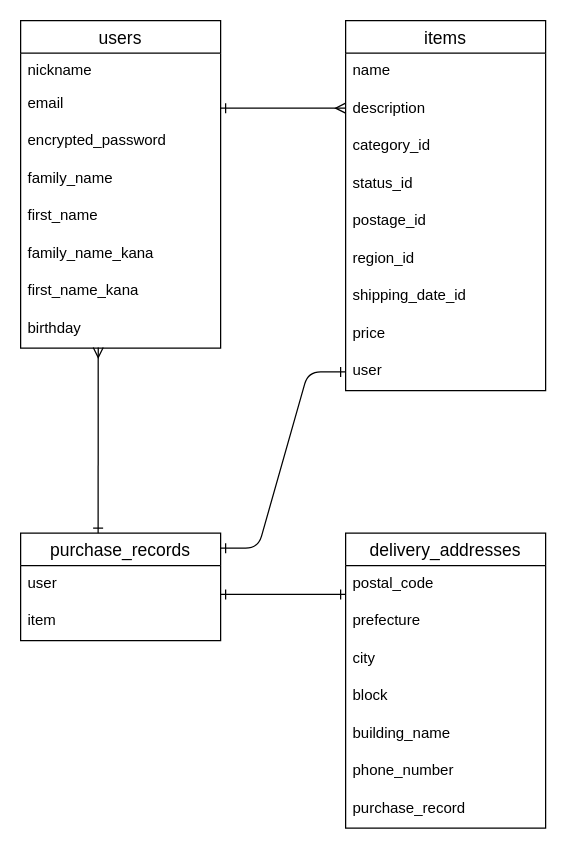
miho-hoi/furima-39940 keeps this draw.io diagram as furima.dio. Above is the earlier version. Source tidied: cells renumbered, new cells numbered last; positions are measured from the earlier drawing's top-left corner, leaving out a move shared by most shapes. Both pictures are drawn from the tidied source at 125%, with x=0, y=0 at pixel (20, 20).
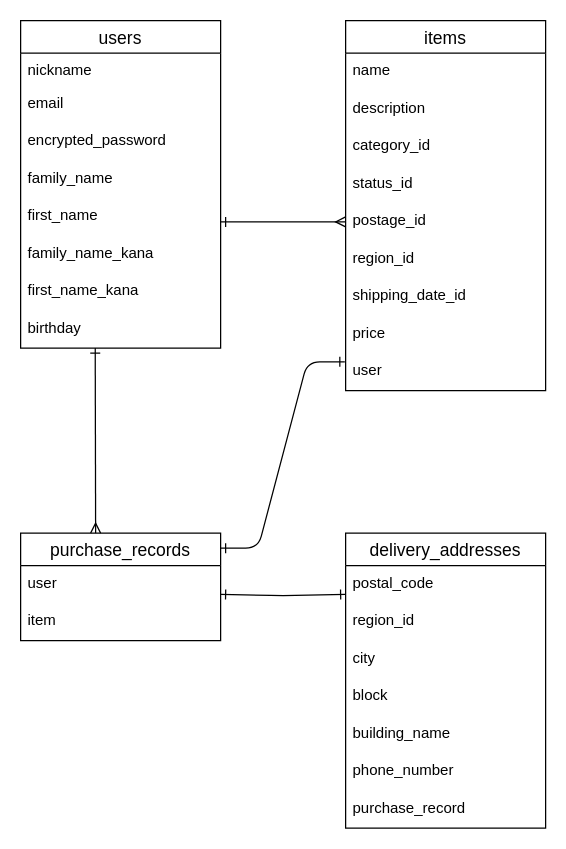
The same diagram, later.

Commit message (it also covers changes not shown here):
データーベース設計の再修正

Unchanged cells that the change refers to:
```xml
<mxCell id="10" value="birthday" style="text;strokeColor=none;fillColor=none;spacingLeft=4;spacingRight=4;overflow=hidden;points=[[0,0.5],[1,0.5]];portConstraint=eastwest;fontSize=12;" parent="2" vertex="1">
  <mxGeometry y="232" width="160" height="30" as="geometry" />
</mxCell>
<mxCell id="16" value="postage_id" style="text;strokeColor=none;fillColor=none;spacingLeft=4;spacingRight=4;overflow=hidden;points=[[0,0.5],[1,0.5]];portConstraint=eastwest;fontSize=12;" parent="11" vertex="1">
  <mxGeometry y="146" width="160" height="30" as="geometry" />
</mxCell>
<mxCell id="20" value="user" style="text;strokeColor=none;fillColor=none;spacingLeft=4;spacingRight=4;overflow=hidden;points=[[0,0.5],[1,0.5]];portConstraint=eastwest;fontSize=12;" parent="11" vertex="1">
  <mxGeometry y="266" width="160" height="30" as="geometry" />
</mxCell>
<mxCell id="22" value="user" style="text;strokeColor=none;fillColor=none;spacingLeft=4;spacingRight=4;overflow=hidden;points=[[0,0.5],[1,0.5]];portConstraint=eastwest;fontSize=12;" parent="21" vertex="1">
  <mxGeometry y="26" width="160" height="30" as="geometry" />
</mxCell>
<mxCell id="24" value="delivery_addresses" style="swimlane;fontStyle=0;horizontal=1;startSize=26;align=center;fontSize=14;" parent="1" vertex="1">
  <mxGeometry x="260" y="410" width="160" height="236" as="geometry" />
</mxCell>
```

Change to the diagram source:
```diff
@@
-    <mxCell id="26" value="prefecture" style="text;strokeColor=none;fillColor=none;spacingLeft=4;spacingRight=4;overflow=hidden;fontSize=12;" parent="24" vertex="1">
+    <mxCell id="26" value="region_id" style="text;strokeColor=none;fillColor=none;spacingLeft=4;spacingRight=4;overflow=hidden;fontSize=12;" parent="24" vertex="1">
       <mxGeometry y="56" width="160" height="30" as="geometry" />
     </mxCell>
@@
-    <mxCell id="32" style="edgeStyle=none;orthogonalLoop=1;jettySize=auto;html=1;endArrow=ERmany;endFill=0;startArrow=ERone;startFill=0;" parent="1" edge="1">
-      <mxGeometry relative="1" as="geometry">
-        <mxPoint x="160" y="70" as="sourcePoint" />
-        <mxPoint x="260" y="70" as="targetPoint" />
-      </mxGeometry>
-    </mxCell>
     <mxCell id="33" style="edgeStyle=none;jettySize=auto;html=1;startArrow=ERone;startFill=0;endArrow=ERone;endFill=0;exitX=1;exitY=0.767;exitDx=0;exitDy=0;exitPerimeter=0;" parent="1" edge="1" source="22">
       <mxGeometry relative="1" as="geometry">
         <mxPoint x="260" y="459" as="targetPoint" />
+        <Array as="points">
+          <mxPoint x="210" y="460" />
+        </Array>
       </mxGeometry>
     </mxCell>
-    <mxCell id="34" style="edgeStyle=entityRelationEdgeStyle;fontSize=12;html=1;endArrow=ERone;endFill=1;startArrow=ERone;startFill=0;entryX=0;entryY=0.5;entryDx=0;entryDy=0;" parent="1" edge="1" target="20">
+    <mxCell id="34" style="edgeStyle=entityRelationEdgeStyle;fontSize=12;html=1;endArrow=ERone;endFill=1;startArrow=ERone;startFill=0;entryX=-0.004;entryY=0.233;entryDx=0;entryDy=0;entryPerimeter=0;" parent="1" edge="1" target="20">
       <mxGeometry relative="1" as="geometry">
         <mxPoint x="160" y="422" as="sourcePoint" />
       </mxGeometry>
     </mxCell>
-    <mxCell id="35" style="edgeStyle=none;jettySize=auto;html=1;startArrow=ERone;startFill=0;endArrow=ERmany;endFill=0;entryX=0.388;entryY=0.983;entryDx=0;entryDy=0;entryPerimeter=0;" parent="1" edge="1" target="10">
+    <mxCell id="35" style="edgeStyle=none;jettySize=auto;html=1;startArrow=ERone;startFill=0;endArrow=ERmany;endFill=0;exitX=0.373;exitY=1;exitDx=0;exitDy=0;exitPerimeter=0;" parent="1" edge="1" source="10">
       <mxGeometry relative="1" as="geometry">
-        <mxPoint x="62" y="410" as="sourcePoint" />
+        <mxPoint x="60" y="410" as="targetPoint" />
       </mxGeometry>
     </mxCell>
+    <mxCell id="36" style="edgeStyle=none;html=1;entryX=0;entryY=0.5;entryDx=0;entryDy=0;endArrow=ERmany;endFill=0;startArrow=ERone;startFill=0;" parent="1" edge="1" target="16">
+      <mxGeometry relative="1" as="geometry">
+        <mxPoint x="160" y="161" as="sourcePoint" />
+      </mxGeometry>
+    </mxCell>
```
